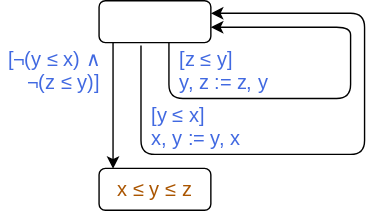
The draw.io diagram content/01 On Algorithms/img/Sort3.svg in emilsekerinski/ictac2024tutorial, before a commit. Source tidied: cells renumbered, new cells last; positions are measured from the earlier drawing's top-left corner, leaving out a move shared by most shapes. Source of this version:
```xml
<mxGraphModel background="#ffffff">
  <root>
    <mxCell id="0" />
    <mxCell id="1" parent="0" />
    <mxCell id="2" value="&lt;div style=&quot;text-align: left&quot;&gt;&lt;br&gt;&lt;/div&gt;" style="rounded=1;whiteSpace=wrap;html=1;fillColor=#ffffff;gradientColor=none;fontSize=14;fontColor=#d2691e;align=center;fontFamily=Noto Sans;" parent="1" vertex="1">
      <mxGeometry x="70" width="80" height="30" as="geometry" />
    </mxCell>
    <mxCell id="3" value="&lt;div style=&quot;text-align: left&quot;&gt;&lt;font color=&quot;#aa5500&quot;&gt;x&amp;nbsp;&lt;span style=&quot;background-color: initial;&quot;&gt;≤ y&amp;nbsp;&lt;/span&gt;&lt;span style=&quot;background-color: initial;&quot;&gt;≤ z&lt;/span&gt;&lt;/font&gt;&lt;/div&gt;" style="rounded=1;whiteSpace=wrap;html=1;fillColor=#ffffff;gradientColor=none;fontSize=14;fontColor=#d2691e;align=center;fontFamily=Noto Sans;" parent="1" vertex="1">
      <mxGeometry x="70" y="120" width="80" height="30" as="geometry" />
    </mxCell>
    <mxCell id="4" value="&lt;div&gt;&lt;br&gt;&lt;/div&gt;" style="endArrow=classic;html=1;shadow=0;strokeColor=#000000;fontSize=14;fontColor=#d2691e;labelPosition=center;verticalLabelPosition=middle;align=center;verticalAlign=middle;labelBorderColor=none;fontFamily=Noto Sans;entryX=0.125;entryY=0.011;entryDx=0;entryDy=0;entryPerimeter=0;" parent="1" edge="1" target="3">
      <mxGeometry x="-0.09" y="15" relative="1" as="geometry">
        <mxPoint x="80" y="29.5" as="sourcePoint" />
      </mxGeometry>
    </mxCell>
    <mxCell id="5" value="&lt;div&gt;&lt;font color=&quot;#4169e1&quot;&gt;[&lt;/font&gt;&lt;span style=&quot;color: rgb(65, 105, 225);&quot;&gt;¬(&lt;/span&gt;&lt;span style=&quot;color: rgb(65, 105, 225); text-align: left; background-color: initial;&quot;&gt;y ≤ x)&lt;/span&gt;&lt;span style=&quot;color: rgb(65, 105, 225); background-color: initial;&quot;&gt;&amp;nbsp;∧&lt;/span&gt;&lt;/div&gt;&lt;div&gt;&lt;span style=&quot;color: rgb(65, 105, 225);&quot;&gt;¬(&lt;/span&gt;&lt;span style=&quot;color: rgb(65, 105, 225); text-align: left; background-color: initial;&quot;&gt;z ≤ y)&lt;/span&gt;&lt;span style=&quot;color: rgb(65, 105, 225); background-color: initial;&quot;&gt;]&lt;/span&gt;&lt;/div&gt;" style="text;html=1;strokeColor=none;fillColor=none;align=right;verticalAlign=middle;whiteSpace=wrap;fontSize=14;fontColor=#d2691e;spacingRight=7;fontFamily=Noto Sans;" parent="1" vertex="1">
      <mxGeometry y="30" width="80" height="40" as="geometry" />
    </mxCell>
    <mxCell id="6" value="&lt;font color=&quot;#4169e1&quot;&gt;[z ≤ y]&lt;br&gt;&lt;/font&gt;&lt;span style=&quot;color: rgb(65, 105, 225);&quot;&gt;y, z := z, y&lt;/span&gt;" style="text;html=1;strokeColor=none;fillColor=none;align=left;verticalAlign=middle;whiteSpace=wrap;fontSize=14;fontColor=#d2691e;fontFamily=Noto Sans;spacingLeft=6;" parent="1" vertex="1">
      <mxGeometry x="120" y="30.5" width="100" height="39.5" as="geometry" />
    </mxCell>
    <mxCell id="7" style="endArrow=classic;html=1;shadow=0;strokeColor=#000000;fontFamily=Noto Sans;fontSize=12;fontColor=#000000;exitX=0.625;exitY=0.989;exitDx=0;exitDy=0;exitPerimeter=0;" parent="1" edge="1" source="2">
      <mxGeometry relative="1" as="geometry">
        <mxPoint x="150" y="19" as="targetPoint" />
        <Array as="points">
          <mxPoint x="120" y="70" />
          <mxPoint x="250" y="70" />
          <mxPoint x="250" y="40" />
          <mxPoint x="250" y="19" />
        </Array>
      </mxGeometry>
    </mxCell>
    <mxCell id="8" style="endArrow=classic;html=1;shadow=0;strokeColor=#000000;fontFamily=Noto Sans;fontSize=12;fontColor=#000000;" parent="1" edge="1">
      <mxGeometry relative="1" as="geometry">
        <mxPoint x="100" y="32" as="sourcePoint" />
        <mxPoint x="150" y="9" as="targetPoint" />
        <Array as="points">
          <mxPoint x="100" y="110" />
          <mxPoint x="260" y="110" />
          <mxPoint x="260" y="9" />
        </Array>
      </mxGeometry>
    </mxCell>
    <mxCell id="9" value="&lt;font color=&quot;#4169e1&quot;&gt;[&lt;/font&gt;&lt;span style=&quot;color: rgb(65, 105, 225);&quot;&gt;y ≤ x&lt;/span&gt;&lt;font color=&quot;#4169e1&quot;&gt;]&lt;br&gt;&lt;/font&gt;&lt;span style=&quot;color: rgb(65, 105, 225);&quot;&gt;x, y := y, x&lt;/span&gt;&lt;font color=&quot;#4169e1&quot;&gt;&lt;/font&gt;" style="text;html=1;strokeColor=none;fillColor=none;align=left;verticalAlign=middle;whiteSpace=wrap;fontSize=14;fontColor=#d2691e;fontFamily=Noto Sans;spacingLeft=6;" parent="1" vertex="1">
      <mxGeometry x="100" y="70" width="160" height="40" as="geometry" />
    </mxCell>
  </root>
</mxGraphModel>
```
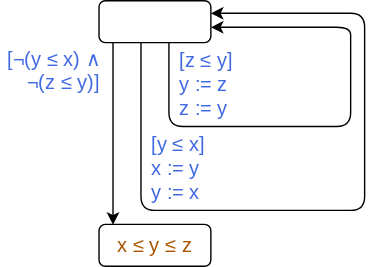
The same file after the commit.

What changed in the source:
```diff
@@ -6,7 +6,7 @@
       <mxGeometry x="70" width="80" height="30" as="geometry" />
     </mxCell>
     <mxCell id="3" value="&lt;div style=&quot;text-align: left&quot;&gt;&lt;font color=&quot;#aa5500&quot;&gt;x&amp;nbsp;&lt;span style=&quot;background-color: initial;&quot;&gt;≤ y&amp;nbsp;&lt;/span&gt;&lt;span style=&quot;background-color: initial;&quot;&gt;≤ z&lt;/span&gt;&lt;/font&gt;&lt;/div&gt;" style="rounded=1;whiteSpace=wrap;html=1;fillColor=#ffffff;gradientColor=none;fontSize=14;fontColor=#d2691e;align=center;fontFamily=Noto Sans;" parent="1" vertex="1">
-      <mxGeometry x="70" y="120" width="80" height="30" as="geometry" />
+      <mxGeometry x="70" y="160" width="80" height="30" as="geometry" />
     </mxCell>
     <mxCell id="4" value="&lt;div&gt;&lt;br&gt;&lt;/div&gt;" style="endArrow=classic;html=1;shadow=0;strokeColor=#000000;fontSize=14;fontColor=#d2691e;labelPosition=center;verticalLabelPosition=middle;align=center;verticalAlign=middle;labelBorderColor=none;fontFamily=Noto Sans;entryX=0.125;entryY=0.011;entryDx=0;entryDy=0;entryPerimeter=0;" parent="1" edge="1" target="3">
       <mxGeometry x="-0.09" y="15" relative="1" as="geometry">
@@ -16,33 +16,32 @@
     <mxCell id="5" value="&lt;div&gt;&lt;font color=&quot;#4169e1&quot;&gt;[&lt;/font&gt;&lt;span style=&quot;color: rgb(65, 105, 225);&quot;&gt;¬(&lt;/span&gt;&lt;span style=&quot;color: rgb(65, 105, 225); text-align: left; background-color: initial;&quot;&gt;y ≤ x)&lt;/span&gt;&lt;span style=&quot;color: rgb(65, 105, 225); background-color: initial;&quot;&gt;&amp;nbsp;∧&lt;/span&gt;&lt;/div&gt;&lt;div&gt;&lt;span style=&quot;color: rgb(65, 105, 225);&quot;&gt;¬(&lt;/span&gt;&lt;span style=&quot;color: rgb(65, 105, 225); text-align: left; background-color: initial;&quot;&gt;z ≤ y)&lt;/span&gt;&lt;span style=&quot;color: rgb(65, 105, 225); background-color: initial;&quot;&gt;]&lt;/span&gt;&lt;/div&gt;" style="text;html=1;strokeColor=none;fillColor=none;align=right;verticalAlign=middle;whiteSpace=wrap;fontSize=14;fontColor=#d2691e;spacingRight=7;fontFamily=Noto Sans;" parent="1" vertex="1">
       <mxGeometry y="30" width="80" height="40" as="geometry" />
     </mxCell>
-    <mxCell id="6" value="&lt;font color=&quot;#4169e1&quot;&gt;[z ≤ y]&lt;br&gt;&lt;/font&gt;&lt;span style=&quot;color: rgb(65, 105, 225);&quot;&gt;y, z := z, y&lt;/span&gt;" style="text;html=1;strokeColor=none;fillColor=none;align=left;verticalAlign=middle;whiteSpace=wrap;fontSize=14;fontColor=#d2691e;fontFamily=Noto Sans;spacingLeft=6;" parent="1" vertex="1">
-      <mxGeometry x="120" y="30.5" width="100" height="39.5" as="geometry" />
+    <mxCell id="6" value="&lt;font color=&quot;#4169e1&quot;&gt;[z ≤ y]&lt;br&gt;&lt;/font&gt;&lt;span style=&quot;color: rgb(65, 105, 225);&quot;&gt;y := z&lt;br&gt;z := y&lt;/span&gt;" style="text;html=1;strokeColor=none;fillColor=none;align=left;verticalAlign=middle;whiteSpace=wrap;fontSize=14;fontColor=#d2691e;fontFamily=Noto Sans;spacingLeft=6;" parent="1" vertex="1">
+      <mxGeometry x="120" y="30.5" width="100" height="59.5" as="geometry" />
     </mxCell>
     <mxCell id="7" style="endArrow=classic;html=1;shadow=0;strokeColor=#000000;fontFamily=Noto Sans;fontSize=12;fontColor=#000000;exitX=0.625;exitY=0.989;exitDx=0;exitDy=0;exitPerimeter=0;" parent="1" edge="1" source="2">
       <mxGeometry relative="1" as="geometry">
         <mxPoint x="150" y="19" as="targetPoint" />
         <Array as="points">
-          <mxPoint x="120" y="70" />
-          <mxPoint x="250" y="70" />
+          <mxPoint x="120" y="90" />
+          <mxPoint x="250" y="90" />
           <mxPoint x="250" y="40" />
           <mxPoint x="250" y="19" />
         </Array>
       </mxGeometry>
     </mxCell>
-    <mxCell id="8" style="endArrow=classic;html=1;shadow=0;strokeColor=#000000;fontFamily=Noto Sans;fontSize=12;fontColor=#000000;" parent="1" edge="1">
+    <mxCell id="8" style="endArrow=classic;html=1;shadow=0;strokeColor=#000000;fontFamily=Noto Sans;fontSize=12;fontColor=#000000;exitX=0.375;exitY=1.011;exitDx=0;exitDy=0;exitPerimeter=0;" parent="1" edge="1" source="2">
       <mxGeometry relative="1" as="geometry">
-        <mxPoint x="100" y="32" as="sourcePoint" />
         <mxPoint x="150" y="9" as="targetPoint" />
         <Array as="points">
-          <mxPoint x="100" y="110" />
-          <mxPoint x="260" y="110" />
+          <mxPoint x="100" y="150" />
+          <mxPoint x="260" y="150" />
           <mxPoint x="260" y="9" />
         </Array>
       </mxGeometry>
     </mxCell>
-    <mxCell id="9" value="&lt;font color=&quot;#4169e1&quot;&gt;[&lt;/font&gt;&lt;span style=&quot;color: rgb(65, 105, 225);&quot;&gt;y ≤ x&lt;/span&gt;&lt;font color=&quot;#4169e1&quot;&gt;]&lt;br&gt;&lt;/font&gt;&lt;span style=&quot;color: rgb(65, 105, 225);&quot;&gt;x, y := y, x&lt;/span&gt;&lt;font color=&quot;#4169e1&quot;&gt;&lt;/font&gt;" style="text;html=1;strokeColor=none;fillColor=none;align=left;verticalAlign=middle;whiteSpace=wrap;fontSize=14;fontColor=#d2691e;fontFamily=Noto Sans;spacingLeft=6;" parent="1" vertex="1">
-      <mxGeometry x="100" y="70" width="160" height="40" as="geometry" />
+    <mxCell id="9" value="&lt;font color=&quot;#4169e1&quot;&gt;[&lt;/font&gt;&lt;span style=&quot;color: rgb(65, 105, 225);&quot;&gt;y ≤ x&lt;/span&gt;&lt;font color=&quot;#4169e1&quot;&gt;]&lt;br&gt;&lt;/font&gt;&lt;span style=&quot;color: rgb(65, 105, 225);&quot;&gt;x := y&lt;br&gt;y := x&lt;/span&gt;" style="text;html=1;strokeColor=none;fillColor=none;align=left;verticalAlign=middle;whiteSpace=wrap;fontSize=14;fontColor=#d2691e;fontFamily=Noto Sans;spacingLeft=6;" parent="1" vertex="1">
+      <mxGeometry x="100" y="100" width="160" height="40" as="geometry" />
     </mxCell>
   </root>
 </mxGraphModel>
```
